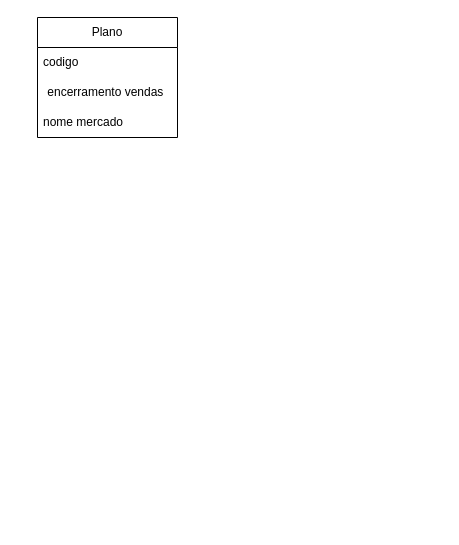
Earlier version of the draw.io diagram pré-g2.drawio (livramos/Modelagem-de-Dados-). Source tidied: cells renumbered, new cells numbered last; positions are measured from the earlier drawing's top-left corner, leaving out a move shared by most shapes. Both pictures are drawn from the tidied source at 100%, with x=0, y=0 at pixel (37, 17).
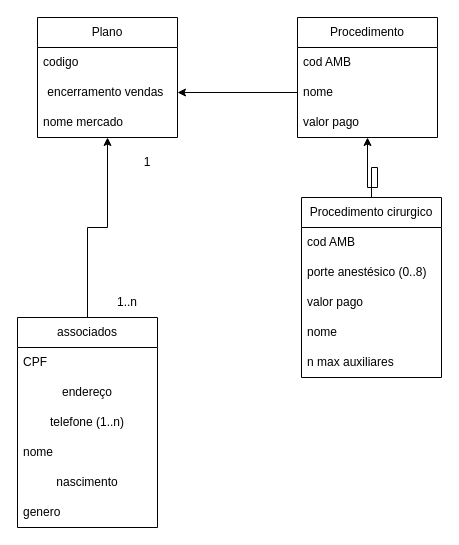
Above is the later version.

Unchanged cells that the change refers to:
```xml
<mxCell id="2" value="Plano" style="swimlane;fontStyle=0;horizontal=1;startSize=30;whiteSpace=wrap;html=1;" parent="1" vertex="1">
  <mxGeometry width="140" height="120" as="geometry" />
</mxCell>
<mxCell id="4" value="encerramento vendas&amp;nbsp;" style="text;html=1;align=center;verticalAlign=middle;whiteSpace=wrap;rounded=0;" parent="2" vertex="1">
  <mxGeometry y="60" width="140" height="30" as="geometry" />
</mxCell>
```

The edit, as a diff of the source:
```diff
@@
+    <mxCell id="6" value="Procedimento" style="swimlane;fontStyle=0;horizontal=1;startSize=30;whiteSpace=wrap;html=1;" parent="1" vertex="1">
+      <mxGeometry x="260" width="140" height="120" as="geometry" />
+    </mxCell>
+    <mxCell id="7" value="cod AMB" style="text;strokeColor=none;fillColor=none;align=left;verticalAlign=middle;spacingLeft=4;spacingRight=4;overflow=hidden;whiteSpace=wrap;html=1;" parent="6" vertex="1">
+      <mxGeometry y="30" width="140" height="30" as="geometry" />
+    </mxCell>
+    <mxCell id="8" value="nome" style="text;strokeColor=none;fillColor=none;align=left;verticalAlign=middle;spacingLeft=4;spacingRight=4;overflow=hidden;points=[[0,0.5],[1,0.5]];portConstraint=eastwest;whiteSpace=wrap;html=1;" parent="6" vertex="1">
+      <mxGeometry y="60" width="140" height="30" as="geometry" />
+    </mxCell>
+    <mxCell id="9" value="valor pago" style="text;strokeColor=none;fillColor=none;align=left;verticalAlign=middle;spacingLeft=4;spacingRight=4;overflow=hidden;points=[[0,0.5],[1,0.5]];portConstraint=eastwest;whiteSpace=wrap;html=1;" parent="6" vertex="1">
+      <mxGeometry y="90" width="140" height="30" as="geometry" />
+    </mxCell>
+    <mxCell id="10" style="edgeStyle=orthogonalEdgeStyle;rounded=0;jettySize=auto;html=1;" parent="1" edge="1" source="8" target="4">
+      <mxGeometry relative="1" as="geometry" />
+    </mxCell>
+    <mxCell id="11" style="edgeStyle=orthogonalEdgeStyle;rounded=0;jettySize=auto;html=1;" parent="1" edge="1" source="12" target="9">
+      <mxGeometry relative="1" as="geometry">
+        <Array as="points">
+          <mxPoint x="334" y="150" />
+          <mxPoint x="340" y="150" />
+          <mxPoint x="340" y="170" />
+          <mxPoint x="330" y="170" />
+        </Array>
+      </mxGeometry>
+    </mxCell>
+    <mxCell id="12" value="Procedimento cirurgico" style="swimlane;fontStyle=0;horizontal=1;startSize=30;whiteSpace=wrap;html=1;" parent="1" vertex="1">
+      <mxGeometry x="264" y="180" width="140" height="180" as="geometry" />
+    </mxCell>
+    <mxCell id="13" value="cod AMB" style="text;strokeColor=none;fillColor=none;align=left;verticalAlign=middle;spacingLeft=4;spacingRight=4;overflow=hidden;whiteSpace=wrap;html=1;" parent="12" vertex="1">
+      <mxGeometry y="30" width="140" height="30" as="geometry" />
+    </mxCell>
+    <mxCell id="14" value="porte anestésico (0..8)" style="text;strokeColor=none;fillColor=none;align=left;verticalAlign=middle;spacingLeft=4;spacingRight=4;overflow=hidden;whiteSpace=wrap;html=1;" parent="12" vertex="1">
+      <mxGeometry y="60" width="140" height="30" as="geometry" />
+    </mxCell>
+    <mxCell id="15" value="valor pago" style="text;strokeColor=none;fillColor=none;align=left;verticalAlign=middle;spacingLeft=4;spacingRight=4;overflow=hidden;whiteSpace=wrap;html=1;" parent="12" vertex="1">
+      <mxGeometry y="90" width="140" height="30" as="geometry" />
+    </mxCell>
+    <mxCell id="16" value="nome" style="text;strokeColor=none;fillColor=none;align=left;verticalAlign=middle;spacingLeft=4;spacingRight=4;overflow=hidden;whiteSpace=wrap;html=1;" parent="12" vertex="1">
+      <mxGeometry y="120" width="140" height="30" as="geometry" />
+    </mxCell>
+    <mxCell id="17" value="n max auxiliares" style="text;strokeColor=none;fillColor=none;align=left;verticalAlign=middle;spacingLeft=4;spacingRight=4;overflow=hidden;whiteSpace=wrap;html=1;" parent="12" vertex="1">
+      <mxGeometry y="150" width="140" height="30" as="geometry" />
+    </mxCell>
+    <mxCell id="18" style="edgeStyle=orthogonalEdgeStyle;rounded=0;jettySize=auto;html=1;entryX=0.5;entryY=1;entryDx=0;entryDy=0;" parent="1" edge="1" source="19" target="2">
+      <mxGeometry relative="1" as="geometry" />
+    </mxCell>
+    <mxCell id="19" value="associados" style="swimlane;fontStyle=0;horizontal=1;startSize=30;whiteSpace=wrap;html=1;" parent="1" vertex="1">
+      <mxGeometry x="-20" y="300" width="140" height="210" as="geometry" />
+    </mxCell>
+    <mxCell id="20" value="CPF" style="text;strokeColor=none;fillColor=none;align=left;verticalAlign=middle;spacingLeft=4;spacingRight=4;overflow=hidden;whiteSpace=wrap;html=1;" parent="19" vertex="1">
+      <mxGeometry y="30" width="140" height="30" as="geometry" />
+    </mxCell>
+    <mxCell id="21" value="endereço" style="text;html=1;align=center;verticalAlign=middle;whiteSpace=wrap;rounded=0;" parent="19" vertex="1">
+      <mxGeometry y="60" width="140" height="30" as="geometry" />
+    </mxCell>
+    <mxCell id="22" value="telefone (1..n)" style="text;html=1;align=center;verticalAlign=middle;whiteSpace=wrap;rounded=0;" parent="19" vertex="1">
+      <mxGeometry y="90" width="140" height="30" as="geometry" />
+    </mxCell>
+    <mxCell id="23" value="nome" style="text;strokeColor=none;fillColor=none;align=left;verticalAlign=middle;spacingLeft=4;spacingRight=4;overflow=hidden;whiteSpace=wrap;html=1;" parent="19" vertex="1">
+      <mxGeometry y="120" width="140" height="30" as="geometry" />
+    </mxCell>
+    <mxCell id="24" value="nascimento" style="text;html=1;align=center;verticalAlign=middle;whiteSpace=wrap;rounded=0;" parent="19" vertex="1">
+      <mxGeometry y="150" width="140" height="30" as="geometry" />
+    </mxCell>
+    <mxCell id="25" value="genero" style="text;strokeColor=none;fillColor=none;align=left;verticalAlign=middle;spacingLeft=4;spacingRight=4;overflow=hidden;whiteSpace=wrap;html=1;" parent="19" vertex="1">
+      <mxGeometry y="180" width="140" height="30" as="geometry" />
+    </mxCell>
+    <mxCell id="26" value="1" style="text;html=1;align=center;verticalAlign=middle;whiteSpace=wrap;rounded=0;" parent="1" vertex="1">
+      <mxGeometry x="80" y="130" width="60" height="30" as="geometry" />
+    </mxCell>
+    <mxCell id="27" value="1..n" style="text;html=1;align=center;verticalAlign=middle;whiteSpace=wrap;rounded=0;" parent="1" vertex="1">
+      <mxGeometry x="60" y="270" width="60" height="30" as="geometry" />
+    </mxCell>
```
